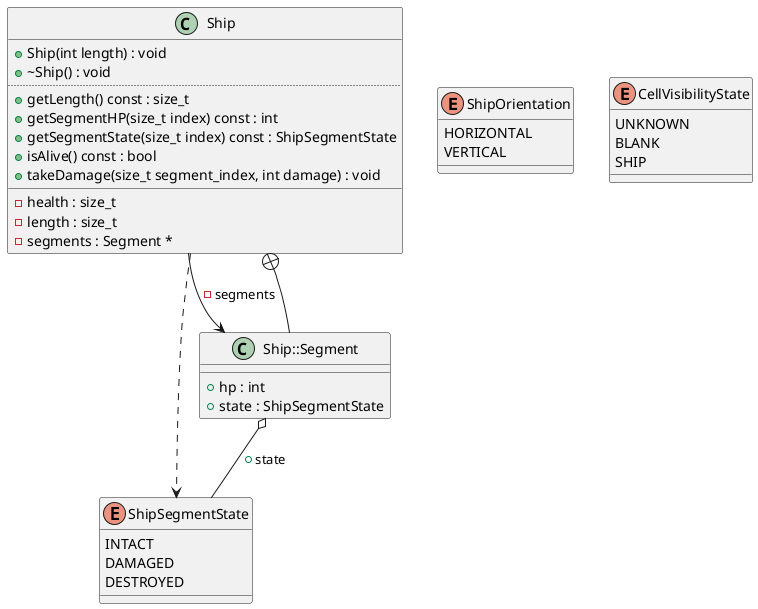
This is diagrams/Ship.png from Rennelv/ships, a PlantUML export, as it was before one commit.
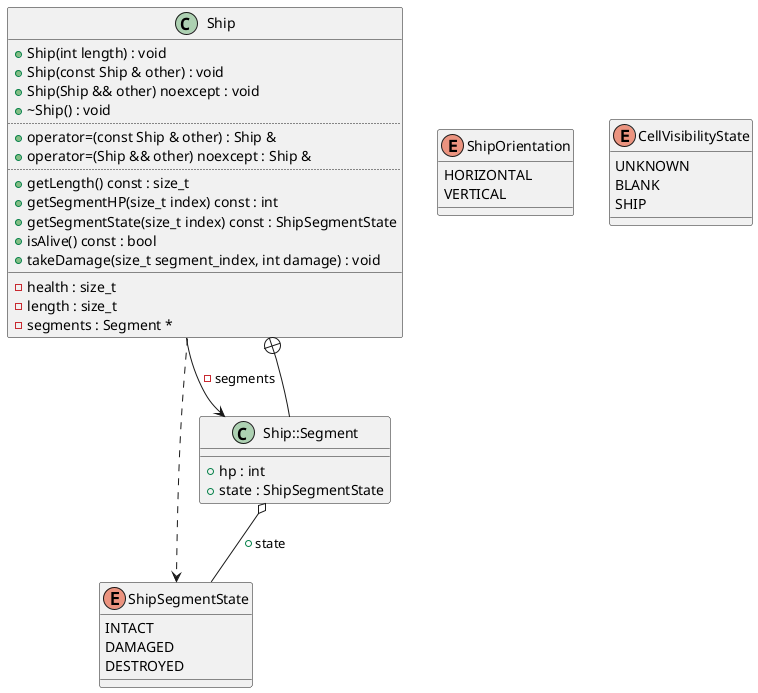
Above is the later version.

The edit, as a diff of the source:
```diff
@@ -19,7 +19,12 @@
 class "Ship" as C_0014529657433315016423
 class C_0014529657433315016423 {
 +Ship(int length) : void
++Ship(const Ship & other) : void
++Ship(Ship && other) noexcept : void
 +~Ship() : void
+..
++operator=(const Ship & other) : Ship &
++operator=(Ship && other) noexcept : Ship &
 ..
 +getLength() const : size_t
 +getSegmentHP(size_t index) const : int
```
